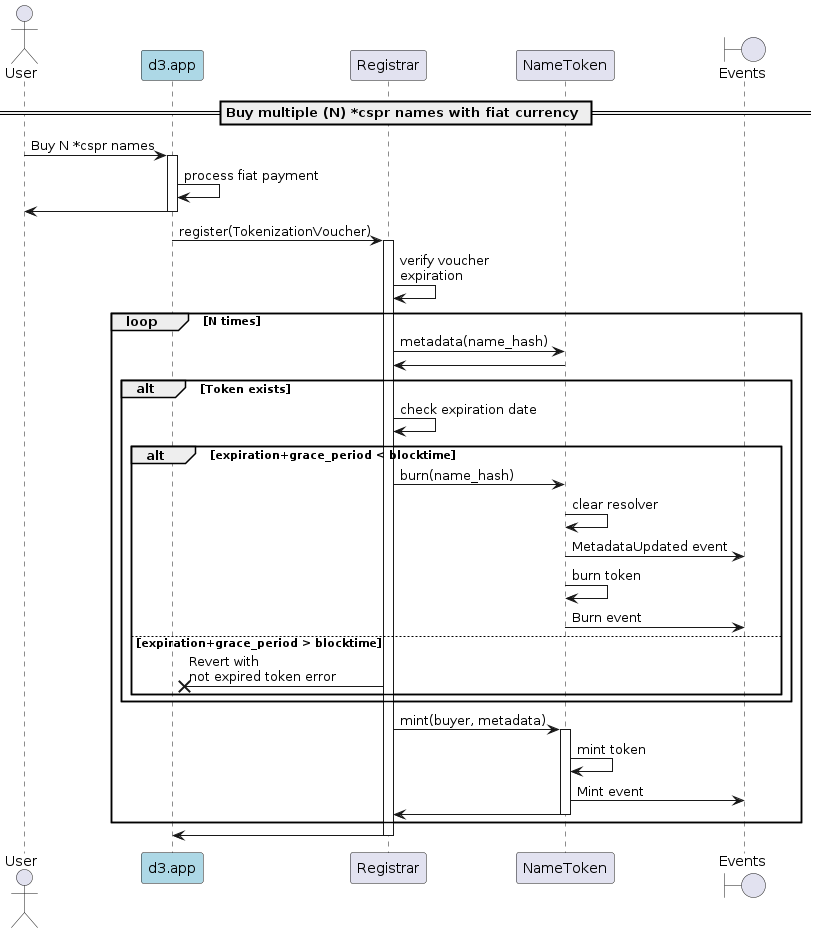
Before: docs/sequence-diagrams/puml/offchain-multiple-purchase.png, a diagram exported from PlantUML (make-software/cspr-name-contracts). Its diagram source:
```plantuml
@startuml

actor User
participant "d3.app" as d3 #lightblue
participant "Registrar"
participant "NameToken"
boundary "Events"

== Buy multiple (N) *cspr names with fiat currency ==

User -> d3: Buy N *cspr names
activate d3
d3 -> d3: process fiat payment
d3 -> User
deactivate d3

d3 -> Registrar: register(TokenizationVoucher)
activate Registrar
Registrar -> Registrar: verify voucher\nexpiration
    loop N times
    Registrar -> NameToken: metadata(name_hash)
    NameToken -> Registrar
        alt Token exists
            Registrar -> Registrar: check expiration date
            alt expiration+grace_period < blocktime
                Registrar -> NameToken: burn(name_hash)
                NameToken -> NameToken: clear resolver
                NameToken -> "Events": MetadataUpdated event
                NameToken -> NameToken: burn token
                NameToken -> "Events": Burn event
            else expiration+grace_period > blocktime
                Registrar ->x d3: Revert with\nnot expired token error
            end
        end
        Registrar -> NameToken: mint(buyer, metadata)
        activate NameToken
        NameToken -> NameToken: mint token
        NameToken -> "Events": Mint event
        NameToken -> Registrar
        deactivate NameToken
    end loop
Registrar -> d3
deactivate Registrar
deactivate d3

@enduml
```
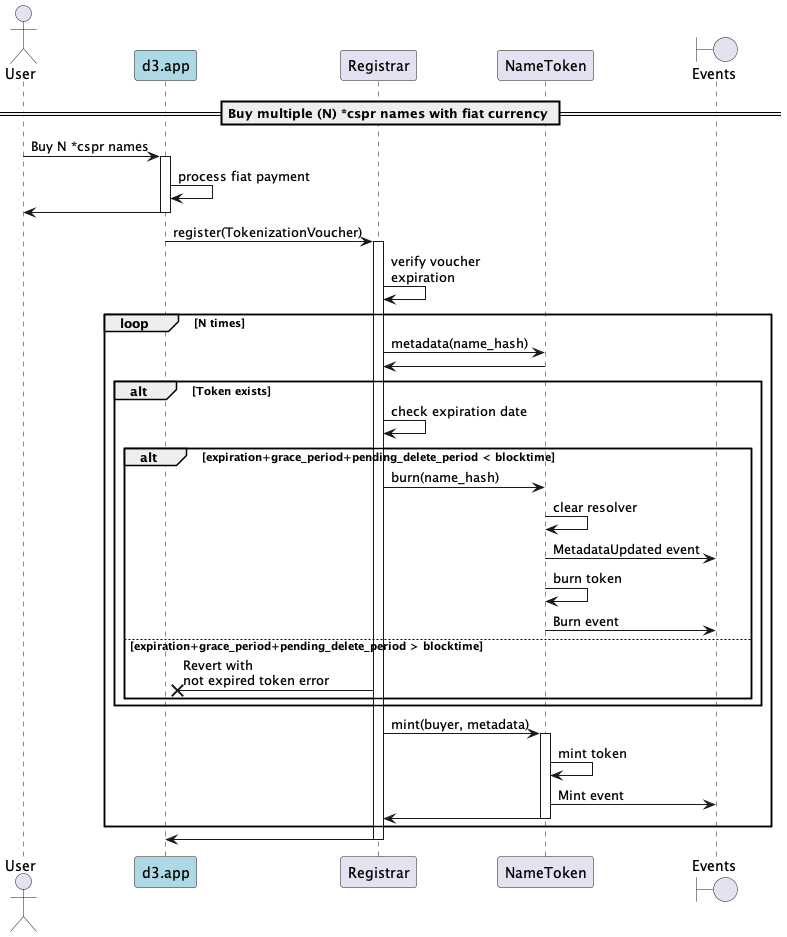
After the change.

Commit message:
Changes to buy cspr name: - removed single domain purchase flows (keep multiple domain purchase flow) - added pending_delete_period check previous to burn action

Diff of the diagram source:
```diff
@@ -22,13 +22,13 @@
     NameToken -> Registrar
         alt Token exists
             Registrar -> Registrar: check expiration date
-            alt expiration+grace_period < blocktime
+            alt expiration+grace_period+pending_delete_period < blocktime
                 Registrar -> NameToken: burn(name_hash)
                 NameToken -> NameToken: clear resolver
                 NameToken -> "Events": MetadataUpdated event
                 NameToken -> NameToken: burn token
                 NameToken -> "Events": Burn event
-            else expiration+grace_period > blocktime
+            else expiration+grace_period+pending_delete_period > blocktime
                 Registrar ->x d3: Revert with\nnot expired token error
             end
         end
```
